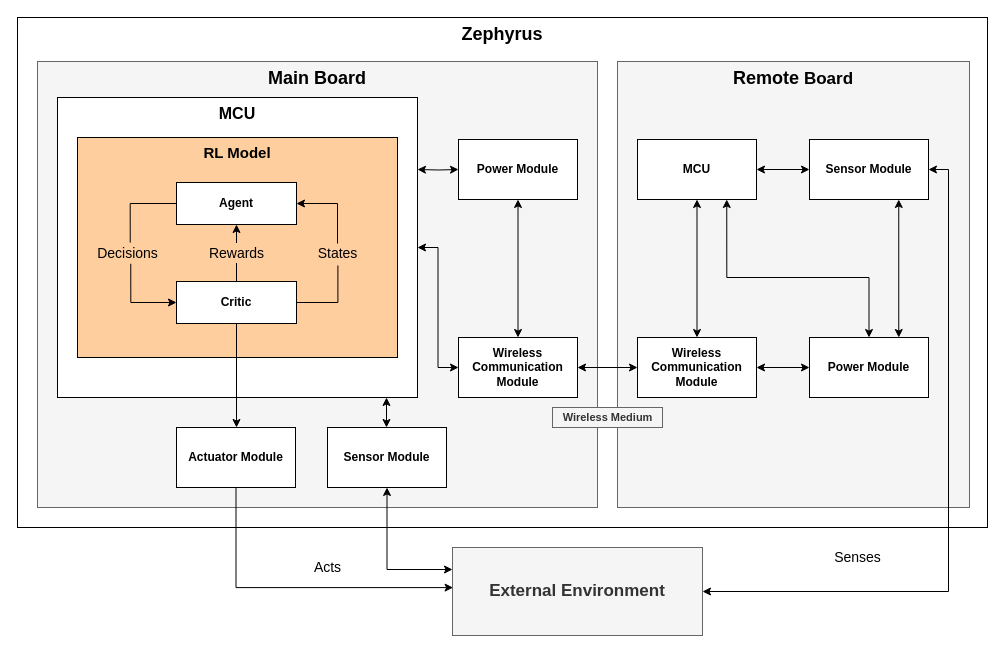
This is 2. Analysis/1. System Overview/Local/RL_OV.drawio from esrg-silent-howl/zephyrus, a draw.io file, before an edit. Source tidied: cells renumbered, new cells numbered last; positions are measured from the earlier drawing's top-left corner, leaving out a move shared by most shapes. Both pictures are drawn from the tidied source at 100%, with x=0, y=0 at pixel (17, 17).
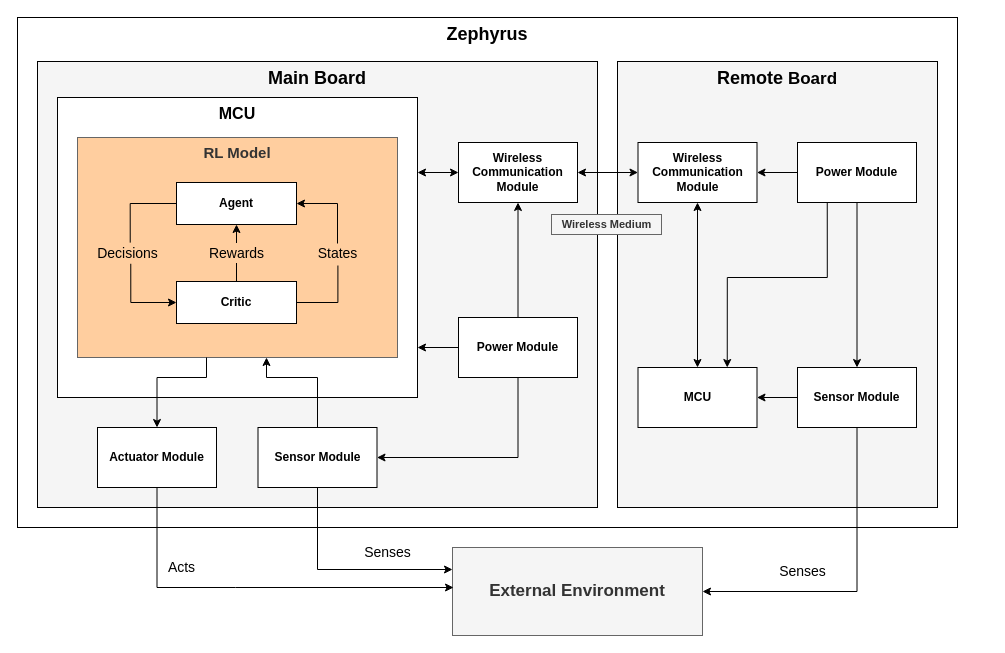
The same diagram, later.

The change refers to these unchanged cells:
```xml
<mxCell id="6" value="&lt;b&gt;&lt;font style=&quot;font-size: 16px&quot;&gt;MCU&lt;/font&gt;&lt;/b&gt;" style="rounded=0;whiteSpace=wrap;html=1;verticalAlign=top;" parent="1" vertex="1">
  <mxGeometry x="40" y="80" width="360" height="300" as="geometry" />
</mxCell>
<mxCell id="10" value="&lt;span style=&quot;font-size: 17px&quot;&gt;&lt;b&gt;External Environment&lt;/b&gt;&lt;/span&gt;" style="rounded=0;whiteSpace=wrap;html=1;fillColor=#f5f5f5;strokeColor=#666666;fontColor=#333333;" parent="1" vertex="1">
  <mxGeometry x="435" y="530" width="250" height="88" as="geometry" />
</mxCell>
<mxCell id="14" value="&lt;b&gt;Critic&lt;/b&gt;" style="rounded=0;whiteSpace=wrap;html=1;" parent="1" vertex="1">
  <mxGeometry x="159" y="264" width="120" height="42" as="geometry" />
</mxCell>
```

Change to the diagram source:
```diff
@@
     <mxCell id="2" value="&lt;b style=&quot;white-space: normal ; font-size: 18px&quot;&gt;Zephyrus&lt;/b&gt;" style="rounded=0;whiteSpace=wrap;html=1;verticalAlign=top;" parent="1" vertex="1">
-      <mxGeometry width="970" height="510" as="geometry" />
+      <mxGeometry width="940" height="510" as="geometry" />
     </mxCell>
-    <mxCell id="3" value="&lt;b style=&quot;color: rgb(0 , 0 , 0) ; font-size: 18px ; white-space: normal&quot;&gt;Remote&amp;nbsp;&lt;/b&gt;&lt;b style=&quot;color: rgb(0 , 0 , 0) ; white-space: normal ; font-size: 17px&quot;&gt;Board&lt;/b&gt;" style="rounded=0;whiteSpace=wrap;html=1;fillColor=#f5f5f5;strokeColor=#666666;fontColor=#333333;verticalAlign=top;" parent="1" vertex="1">
-      <mxGeometry x="600" y="44" width="352" height="446" as="geometry" />
+    <mxCell id="3" value="&lt;b style=&quot;color: rgb(0 , 0 , 0) ; font-size: 18px ; white-space: normal&quot;&gt;Remote&amp;nbsp;&lt;/b&gt;&lt;b style=&quot;color: rgb(0 , 0 , 0) ; white-space: normal ; font-size: 17px&quot;&gt;Board&lt;/b&gt;" style="rounded=0;whiteSpace=wrap;html=1;fillColor=#f5f5f5;strokeColor=#000000;fontColor=#333333;verticalAlign=top;" parent="1" vertex="1">
+      <mxGeometry x="600" y="44" width="320" height="446" as="geometry" />
     </mxCell>
-    <mxCell id="4" value="&lt;font color=&quot;#000000&quot;&gt;&lt;span style=&quot;font-size: 18px&quot;&gt;&lt;b&gt;Main Board&lt;/b&gt;&lt;/span&gt;&lt;/font&gt;" style="rounded=0;whiteSpace=wrap;html=1;fillColor=#f5f5f5;strokeColor=#666666;verticalAlign=top;fontColor=#333333;" parent="1" vertex="1">
+    <mxCell id="4" value="&lt;font color=&quot;#000000&quot;&gt;&lt;span style=&quot;font-size: 18px&quot;&gt;&lt;b&gt;Main Board&lt;/b&gt;&lt;/span&gt;&lt;/font&gt;" style="rounded=0;whiteSpace=wrap;html=1;fillColor=#f5f5f5;strokeColor=#000000;verticalAlign=top;fontColor=#333333;" parent="1" vertex="1">
       <mxGeometry x="20" y="44" width="560" height="446" as="geometry" />
     </mxCell>
-    <mxCell id="5" style="edgeStyle=orthogonalEdgeStyle;rounded=0;jettySize=auto;html=1;entryX=0;entryY=0.5;entryDx=0;entryDy=0;startArrow=classic;startFill=1;endArrow=classic;endFill=1;" parent="1" edge="1" target="38">
-      <mxGeometry relative="1" as="geometry">
-        <mxPoint x="400" y="152" as="sourcePoint" />
-      </mxGeometry>
-    </mxCell>
+    <mxCell id="44" style="edgeStyle=orthogonalEdgeStyle;rounded=0;jettySize=auto;html=1;entryX=0;entryY=0.5;entryDx=0;entryDy=0;startArrow=classic;startFill=1;endArrow=none;endFill=0;" parent="1" edge="1" source="6" target="60">
+      <mxGeometry relative="1" as="geometry">
+        <Array as="points">
+          <mxPoint x="441" y="330" />
+        </Array>
+      </mxGeometry>
+    </mxCell>
@@
-    <mxCell id="7" value="&lt;b&gt;&lt;font style=&quot;font-size: 15px&quot;&gt;RL Model&lt;/font&gt;&lt;/b&gt;" style="rounded=0;whiteSpace=wrap;html=1;verticalAlign=top;fillColor=#FFCE9F;" parent="1" vertex="1">
+    <mxCell id="7" value="&lt;b&gt;&lt;font style=&quot;font-size: 15px&quot;&gt;RL Model&lt;/font&gt;&lt;/b&gt;" style="rounded=0;whiteSpace=wrap;html=1;verticalAlign=top;strokeColor=#666666;fontColor=#333333;fillColor=#FFCE9F;" parent="1" vertex="1">
       <mxGeometry x="60" y="120" width="320" height="220" as="geometry" />
     </mxCell>
     <mxCell id="8" value="&lt;font style=&quot;font-size: 11px&quot;&gt;&lt;b&gt;Wireless Medium&lt;/b&gt;&lt;/font&gt;" style="text;html=1;align=center;verticalAlign=middle;fillColor=#f5f5f5;strokeColor=#666666;fontColor=#333333;" parent="1" vertex="1">
-      <mxGeometry x="535" y="390" width="110" height="20" as="geometry" />
+      <mxGeometry x="534" y="197" width="110" height="20" as="geometry" />
     </mxCell>
-    <mxCell id="9" style="edgeStyle=orthogonalEdgeStyle;rounded=0;jettySize=auto;html=1;exitX=1;exitY=0.5;exitDx=0;exitDy=0;entryX=1;entryY=0.5;entryDx=0;entryDy=0;startArrow=classic;startFill=1;" parent="1" edge="1" source="10" target="40">
-      <mxGeometry relative="1" as="geometry" />
-    </mxCell>
+    <mxCell id="45" style="edgeStyle=orthogonalEdgeStyle;rounded=0;jettySize=auto;html=1;exitX=1;exitY=0.5;exitDx=0;exitDy=0;entryX=0.5;entryY=1;entryDx=0;entryDy=0;startArrow=classic;startFill=1;endArrow=none;endFill=0;" parent="1" edge="1" source="10" target="62">
+      <mxGeometry relative="1" as="geometry" />
+    </mxCell>
@@
-    <mxCell id="11" value="&lt;font style=&quot;font-size: 14px&quot;&gt;Senses&lt;/font&gt;" style="text;html=1;align=center;verticalAlign=middle;" parent="1" vertex="1">
-      <mxGeometry x="810" y="530" width="60" height="20" as="geometry" />
-    </mxCell>
+    <mxCell id="46" value="&lt;font style=&quot;font-size: 14px&quot;&gt;Senses&lt;/font&gt;" style="text;html=1;align=center;verticalAlign=middle;" parent="1" vertex="1">
+      <mxGeometry x="754.5" y="544" width="60" height="20" as="geometry" />
+    </mxCell>
@@
     <mxCell id="17" value="&lt;font style=&quot;font-size: 14px&quot;&gt;Acts&lt;br&gt;&lt;/font&gt;" style="text;html=1;align=center;verticalAlign=middle;" parent="1" vertex="1">
-      <mxGeometry x="290" y="540" width="40" height="20" as="geometry" />
+      <mxGeometry x="144" y="540" width="40" height="20" as="geometry" />
     </mxCell>
@@
-    <mxCell id="24" style="edgeStyle=orthogonalEdgeStyle;rounded=0;jettySize=auto;html=1;exitX=0.5;exitY=0;exitDx=0;exitDy=0;entryX=0.5;entryY=1;entryDx=0;entryDy=0;startArrow=classic;startFill=1;endArrow=none;endFill=0;" parent="1" edge="1" source="26" target="14">
-      <mxGeometry relative="1" as="geometry">
-        <Array as="points">
-          <mxPoint x="219" y="306" />
-          <mxPoint x="219" y="306" />
-        </Array>
-      </mxGeometry>
-    </mxCell>
-    <mxCell id="25" style="edgeStyle=orthogonalEdgeStyle;rounded=0;jettySize=auto;html=1;exitX=0.5;exitY=1;exitDx=0;exitDy=0;startArrow=none;startFill=0;endArrow=classic;endFill=1;" parent="1" edge="1" source="26">
-      <mxGeometry relative="1" as="geometry">
-        <mxPoint x="435.6" y="570.1" as="targetPoint" />
-        <Array as="points">
-          <mxPoint x="218" y="570" />
-          <mxPoint x="436" y="570" />
-        </Array>
-      </mxGeometry>
-    </mxCell>
+    <mxCell id="47" style="edgeStyle=orthogonalEdgeStyle;rounded=0;jettySize=auto;html=1;exitX=0.5;exitY=0;exitDx=0;exitDy=0;startArrow=classic;startFill=1;endArrow=none;endFill=0;" parent="1" edge="1" source="26">
+      <mxGeometry relative="1" as="geometry">
+        <mxPoint x="189" y="340" as="targetPoint" />
+        <Array as="points">
+          <mxPoint x="140" y="360" />
+          <mxPoint x="189" y="360" />
+        </Array>
+      </mxGeometry>
+    </mxCell>
+    <mxCell id="48" style="edgeStyle=orthogonalEdgeStyle;rounded=0;jettySize=auto;html=1;exitX=0.5;exitY=1;exitDx=0;exitDy=0;startArrow=none;startFill=0;endArrow=classic;endFill=1;" parent="1" edge="1" source="26">
+      <mxGeometry relative="1" as="geometry">
+        <mxPoint x="436" y="570" as="targetPoint" />
+        <Array as="points">
+          <mxPoint x="218" y="570" />
+          <mxPoint x="436" y="570" />
+        </Array>
+      </mxGeometry>
+    </mxCell>
     <mxCell id="26" value="&lt;b&gt;Actuator Module&lt;/b&gt;" style="rounded=0;whiteSpace=wrap;html=1;" parent="1" vertex="1">
-      <mxGeometry x="159" y="410" width="119" height="60" as="geometry" />
+      <mxGeometry x="80" y="410" width="119" height="60" as="geometry" />
     </mxCell>
-    <mxCell id="27" style="edgeStyle=orthogonalEdgeStyle;rounded=0;jettySize=auto;html=1;exitX=0.75;exitY=1;exitDx=0;exitDy=0;startArrow=classic;startFill=1;endArrow=classic;endFill=1;entryX=0.5;entryY=0;entryDx=0;entryDy=0;" parent="1" edge="1" source="29" target="36">
-      <mxGeometry relative="1" as="geometry">
-        <Array as="points">
-          <mxPoint x="709" y="260" />
-          <mxPoint x="852" y="260" />
-        </Array>
-      </mxGeometry>
-    </mxCell>
-    <mxCell id="28" style="edgeStyle=orthogonalEdgeStyle;rounded=0;jettySize=auto;html=1;exitX=1;exitY=0.5;exitDx=0;exitDy=0;entryX=0;entryY=0.5;entryDx=0;entryDy=0;startArrow=classic;startFill=1;" parent="1" edge="1" source="29" target="40">
-      <mxGeometry relative="1" as="geometry" />
-    </mxCell>
+    <mxCell id="49" style="edgeStyle=orthogonalEdgeStyle;rounded=0;jettySize=auto;html=1;exitX=0.75;exitY=0;exitDx=0;exitDy=0;startArrow=classic;startFill=1;endArrow=none;endFill=0;entryX=0.25;entryY=1;entryDx=0;entryDy=0;" parent="1" edge="1" source="29" target="57">
+      <mxGeometry relative="1" as="geometry">
+        <Array as="points">
+          <mxPoint x="710" y="260" />
+          <mxPoint x="810" y="260" />
+        </Array>
+      </mxGeometry>
+    </mxCell>
+    <mxCell id="50" style="edgeStyle=orthogonalEdgeStyle;rounded=0;jettySize=auto;html=1;exitX=1;exitY=0.5;exitDx=0;exitDy=0;entryX=0;entryY=0.5;entryDx=0;entryDy=0;startArrow=classic;startFill=1;endArrow=none;endFill=0;" parent="1" edge="1" source="29" target="62">
+      <mxGeometry relative="1" as="geometry" />
+    </mxCell>
     <mxCell id="29" value="&lt;b&gt;&lt;font style=&quot;font-size: 12px&quot;&gt;MCU&lt;/font&gt;&lt;/b&gt;" style="rounded=0;whiteSpace=wrap;html=1;" parent="1" vertex="1">
-      <mxGeometry x="620" y="122" width="119" height="60" as="geometry" />
+      <mxGeometry x="620.5" y="350" width="119" height="60" as="geometry" />
     </mxCell>
-    <mxCell id="30" value="&lt;b&gt;Wireless Communication Module&lt;/b&gt;" style="rounded=0;whiteSpace=wrap;html=1;" parent="1" vertex="1">
-      <mxGeometry x="620" y="320" width="119" height="60" as="geometry" />
-    </mxCell>
-    <mxCell id="31" style="edgeStyle=orthogonalEdgeStyle;rounded=0;jettySize=auto;html=1;exitX=0.5;exitY=1;exitDx=0;exitDy=0;entryX=0.5;entryY=0;entryDx=0;entryDy=0;startArrow=classic;startFill=1;endArrow=classic;endFill=1;" parent="1" edge="1" source="29" target="30">
-      <mxGeometry relative="1" as="geometry" />
-    </mxCell>
-    <mxCell id="32" style="edgeStyle=orthogonalEdgeStyle;rounded=0;jettySize=auto;html=1;exitX=0;exitY=0.5;exitDx=0;exitDy=0;entryX=1;entryY=0.5;entryDx=0;entryDy=0;startArrow=classic;startFill=1;endArrow=classic;endFill=1;" parent="1" edge="1" source="34" target="6">
-      <mxGeometry relative="1" as="geometry" />
-    </mxCell>
-    <mxCell id="33" style="edgeStyle=orthogonalEdgeStyle;rounded=0;jettySize=auto;html=1;exitX=1;exitY=0.5;exitDx=0;exitDy=0;entryX=0;entryY=0.5;entryDx=0;entryDy=0;startArrow=classic;startFill=1;" parent="1" edge="1" source="34" target="30">
-      <mxGeometry relative="1" as="geometry" />
-    </mxCell>
-    <mxCell id="34" value="&lt;b&gt;Wireless Communication Module&lt;/b&gt;" style="rounded=0;whiteSpace=wrap;html=1;" parent="1" vertex="1">
-      <mxGeometry x="441" y="320" width="119" height="60" as="geometry" />
-    </mxCell>
-    <mxCell id="35" style="edgeStyle=orthogonalEdgeStyle;rounded=0;jettySize=auto;html=1;exitX=0;exitY=0.5;exitDx=0;exitDy=0;entryX=1;entryY=0.5;entryDx=0;entryDy=0;startArrow=classic;startFill=1;" parent="1" edge="1" source="36" target="30">
-      <mxGeometry relative="1" as="geometry" />
-    </mxCell>
-    <mxCell id="36" value="&lt;b&gt;Power Module&lt;/b&gt;" style="rounded=0;whiteSpace=wrap;html=1;" parent="1" vertex="1">
-      <mxGeometry x="792" y="320" width="119" height="60" as="geometry" />
-    </mxCell>
-    <mxCell id="37" style="edgeStyle=orthogonalEdgeStyle;rounded=0;jettySize=auto;html=1;exitX=0.5;exitY=1;exitDx=0;exitDy=0;startArrow=classic;startFill=1;endArrow=classic;endFill=1;" parent="1" edge="1" source="38" target="34">
-      <mxGeometry relative="1" as="geometry" />
-    </mxCell>
-    <mxCell id="38" value="&lt;b&gt;Power Module&lt;/b&gt;" style="rounded=0;whiteSpace=wrap;html=1;" parent="1" vertex="1">
-      <mxGeometry x="441" y="122" width="119" height="60" as="geometry" />
-    </mxCell>
-    <mxCell id="39" style="edgeStyle=orthogonalEdgeStyle;rounded=0;jettySize=auto;html=1;exitX=0.75;exitY=1;exitDx=0;exitDy=0;entryX=0.75;entryY=0;entryDx=0;entryDy=0;startArrow=classic;startFill=1;" parent="1" edge="1" source="40" target="36">
-      <mxGeometry relative="1" as="geometry" />
-    </mxCell>
-    <mxCell id="40" value="&lt;b&gt;Sensor Module&lt;/b&gt;" style="rounded=0;whiteSpace=wrap;html=1;" parent="1" vertex="1">
-      <mxGeometry x="792" y="122" width="119" height="60" as="geometry" />
-    </mxCell>
-    <mxCell id="41" style="edgeStyle=orthogonalEdgeStyle;rounded=0;jettySize=auto;html=1;exitX=0.5;exitY=1;exitDx=0;exitDy=0;entryX=0;entryY=0.25;entryDx=0;entryDy=0;startArrow=classic;startFill=1;" parent="1" edge="1" source="42" target="10">
-      <mxGeometry relative="1" as="geometry" />
-    </mxCell>
-    <mxCell id="42" value="&lt;b&gt;Sensor Module&lt;/b&gt;" style="rounded=0;whiteSpace=wrap;html=1;" parent="1" vertex="1">
-      <mxGeometry x="310" y="410" width="119" height="60" as="geometry" />
-    </mxCell>
-    <mxCell id="43" style="endArrow=classic;html=1;startArrow=classic;startFill=1;" parent="1" edge="1">
-      <mxGeometry relative="1" as="geometry">
-        <mxPoint x="369" y="410" as="sourcePoint" />
-        <mxPoint x="369" y="380" as="targetPoint" />
-      </mxGeometry>
-    </mxCell>
+    <mxCell id="51" value="&lt;b&gt;Wireless Communication Module&lt;/b&gt;" style="rounded=0;whiteSpace=wrap;html=1;" parent="1" vertex="1">
+      <mxGeometry x="620.5" y="125" width="119" height="60" as="geometry" />
+    </mxCell>
+    <mxCell id="52" style="edgeStyle=orthogonalEdgeStyle;rounded=0;jettySize=auto;html=1;exitX=0.5;exitY=0;exitDx=0;exitDy=0;entryX=0.5;entryY=1;entryDx=0;entryDy=0;startArrow=classic;startFill=1;endArrow=classic;endFill=1;" parent="1" edge="1" source="29" target="51">
+      <mxGeometry relative="1" as="geometry" />
+    </mxCell>
+    <mxCell id="53" style="edgeStyle=orthogonalEdgeStyle;rounded=0;jettySize=auto;html=1;exitX=0;exitY=0.5;exitDx=0;exitDy=0;entryX=1;entryY=0.25;entryDx=0;entryDy=0;startArrow=classic;startFill=1;endArrow=classic;endFill=1;" parent="1" edge="1" source="55" target="6">
+      <mxGeometry relative="1" as="geometry" />
+    </mxCell>
+    <mxCell id="54" style="edgeStyle=orthogonalEdgeStyle;rounded=0;jettySize=auto;html=1;exitX=1;exitY=0.5;exitDx=0;exitDy=0;entryX=0;entryY=0.5;entryDx=0;entryDy=0;startArrow=classic;startFill=1;" parent="1" edge="1" source="55" target="51">
+      <mxGeometry relative="1" as="geometry" />
+    </mxCell>
+    <mxCell id="55" value="&lt;b&gt;Wireless Communication Module&lt;/b&gt;" style="rounded=0;whiteSpace=wrap;html=1;" parent="1" vertex="1">
+      <mxGeometry x="441" y="125" width="119" height="60" as="geometry" />
+    </mxCell>
+    <mxCell id="56" style="edgeStyle=orthogonalEdgeStyle;rounded=0;jettySize=auto;html=1;exitX=0;exitY=0.5;exitDx=0;exitDy=0;entryX=1;entryY=0.5;entryDx=0;entryDy=0;startArrow=none;startFill=0;endArrow=classic;endFill=1;" parent="1" edge="1" source="57" target="51">
+      <mxGeometry relative="1" as="geometry" />
+    </mxCell>
+    <mxCell id="57" value="&lt;b&gt;Power Module&lt;/b&gt;" style="rounded=0;whiteSpace=wrap;html=1;" parent="1" vertex="1">
+      <mxGeometry x="780" y="125" width="119" height="60" as="geometry" />
+    </mxCell>
+    <mxCell id="58" style="edgeStyle=orthogonalEdgeStyle;rounded=0;jettySize=auto;html=1;startArrow=none;startFill=0;endArrow=classic;endFill=1;" parent="1" edge="1" source="60" target="55">
+      <mxGeometry relative="1" as="geometry" />
+    </mxCell>
+    <mxCell id="59" style="edgeStyle=orthogonalEdgeStyle;rounded=0;jettySize=auto;html=1;entryX=1;entryY=0.5;entryDx=0;entryDy=0;startArrow=none;startFill=0;endArrow=classic;endFill=1;" parent="1" edge="1" source="60" target="64">
+      <mxGeometry relative="1" as="geometry">
+        <Array as="points">
+          <mxPoint x="500" y="440" />
+        </Array>
+      </mxGeometry>
+    </mxCell>
+    <mxCell id="60" value="&lt;b&gt;Power Module&lt;/b&gt;" style="rounded=0;whiteSpace=wrap;html=1;" parent="1" vertex="1">
+      <mxGeometry x="441" y="300" width="119" height="60" as="geometry" />
+    </mxCell>
+    <mxCell id="61" style="edgeStyle=orthogonalEdgeStyle;rounded=0;jettySize=auto;html=1;exitX=0.5;exitY=0;exitDx=0;exitDy=0;entryX=0.5;entryY=1;entryDx=0;entryDy=0;startArrow=classic;startFill=1;endArrow=none;endFill=0;" parent="1" edge="1" source="62" target="57">
+      <mxGeometry relative="1" as="geometry" />
+    </mxCell>
+    <mxCell id="62" value="&lt;b&gt;Sensor Module&lt;/b&gt;" style="rounded=0;whiteSpace=wrap;html=1;" parent="1" vertex="1">
+      <mxGeometry x="780" y="350" width="119" height="60" as="geometry" />
+    </mxCell>
+    <mxCell id="63" style="edgeStyle=orthogonalEdgeStyle;rounded=0;jettySize=auto;html=1;exitX=0.5;exitY=1;exitDx=0;exitDy=0;entryX=0;entryY=0.25;entryDx=0;entryDy=0;startArrow=none;startFill=0;endArrow=classic;endFill=1;" parent="1" edge="1" source="64" target="10">
+      <mxGeometry relative="1" as="geometry" />
+    </mxCell>
+    <mxCell id="64" value="&lt;b&gt;Sensor Module&lt;/b&gt;" style="rounded=0;whiteSpace=wrap;html=1;" parent="1" vertex="1">
+      <mxGeometry x="240.5" y="410" width="119" height="60" as="geometry" />
+    </mxCell>
+    <mxCell id="65" style="endArrow=classic;html=1;startArrow=none;startFill=0;edgeStyle=orthogonalEdgeStyle;rounded=0;" parent="1" edge="1">
+      <mxGeometry relative="1" as="geometry">
+        <mxPoint x="300" y="410" as="sourcePoint" />
+        <mxPoint x="249" y="340" as="targetPoint" />
+        <Array as="points">
+          <mxPoint x="300" y="360" />
+          <mxPoint x="249" y="360" />
+        </Array>
+      </mxGeometry>
+    </mxCell>
+    <mxCell id="66" value="&lt;font style=&quot;font-size: 14px&quot;&gt;Senses&lt;/font&gt;" style="text;html=1;align=center;verticalAlign=middle;" parent="1" vertex="1">
+      <mxGeometry x="340" y="525" width="60" height="20" as="geometry" />
+    </mxCell>
```
